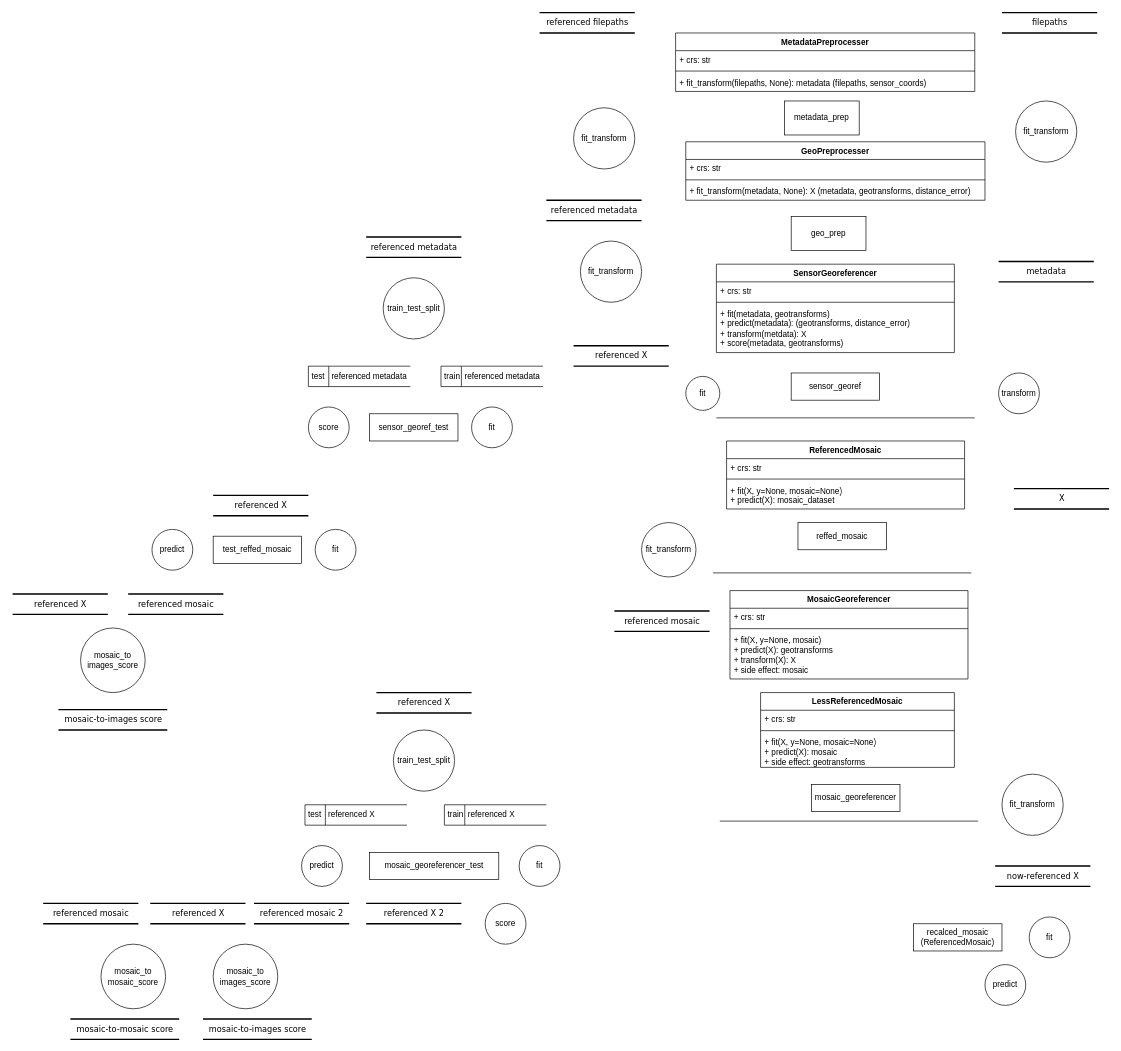
AdlerFarHorizons/night-horizons-mapmaker keeps this draw.io diagram as docs/diagrams/night_horizons_DFD.drawio. Above is the earlier version. Source tidied: cells renumbered, new cells numbered last; positions are measured from the earlier drawing's top-left corner, leaving out a move shared by most shapes. Both pictures are drawn from the tidied source at 68%, with x=0, y=0 at pixel (12, 12).
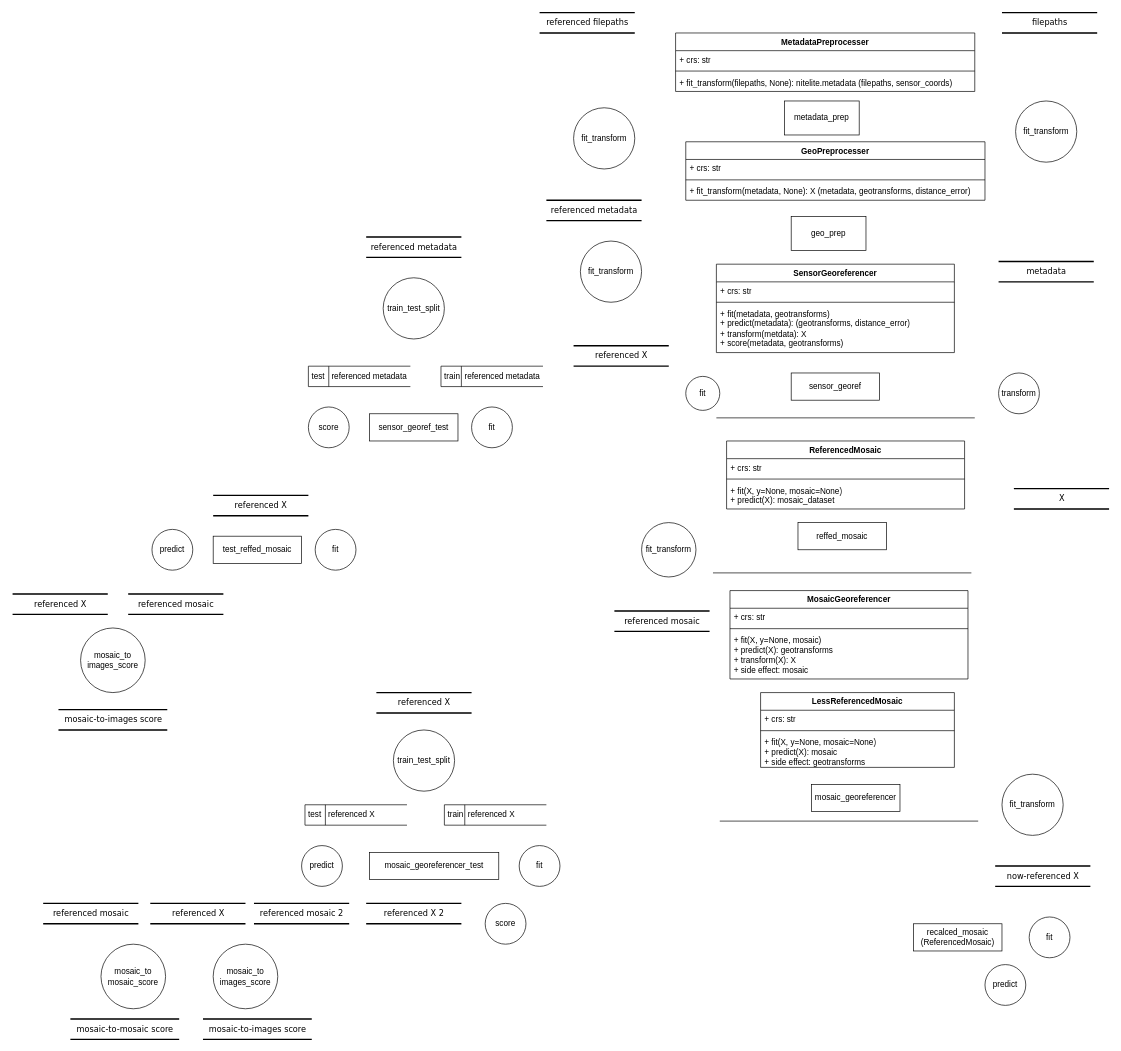
Above is the later version.

Unchanged cells that the change refers to:
```xml
<mxCell id="10" value="MetadataPreprocesser" style="swimlane;fontStyle=1;align=center;verticalAlign=top;horizontal=1;startSize=26;whiteSpace=wrap;html=1;" parent="1" vertex="1">
  <mxGeometry x="975" y="30" width="440" height="86" as="geometry" />
</mxCell>
```

What changed in the source:
```diff
@@
-    <mxCell id="13" value="+ fit_transform(filepaths, None): metadata (filepaths, sensor_coords)" style="text;strokeColor=none;fillColor=none;align=left;verticalAlign=top;spacingLeft=4;spacingRight=4;overflow=hidden;whiteSpace=wrap;html=1;" parent="10" vertex="1">
+    <mxCell id="13" value="+ fit_transform(filepaths, None): nitelite.metadata (filepaths, sensor_coords)" style="text;strokeColor=none;fillColor=none;align=left;verticalAlign=top;spacingLeft=4;spacingRight=4;overflow=hidden;whiteSpace=wrap;html=1;" parent="10" vertex="1">
       <mxGeometry y="60" width="440" height="26" as="geometry" />
     </mxCell>
```
